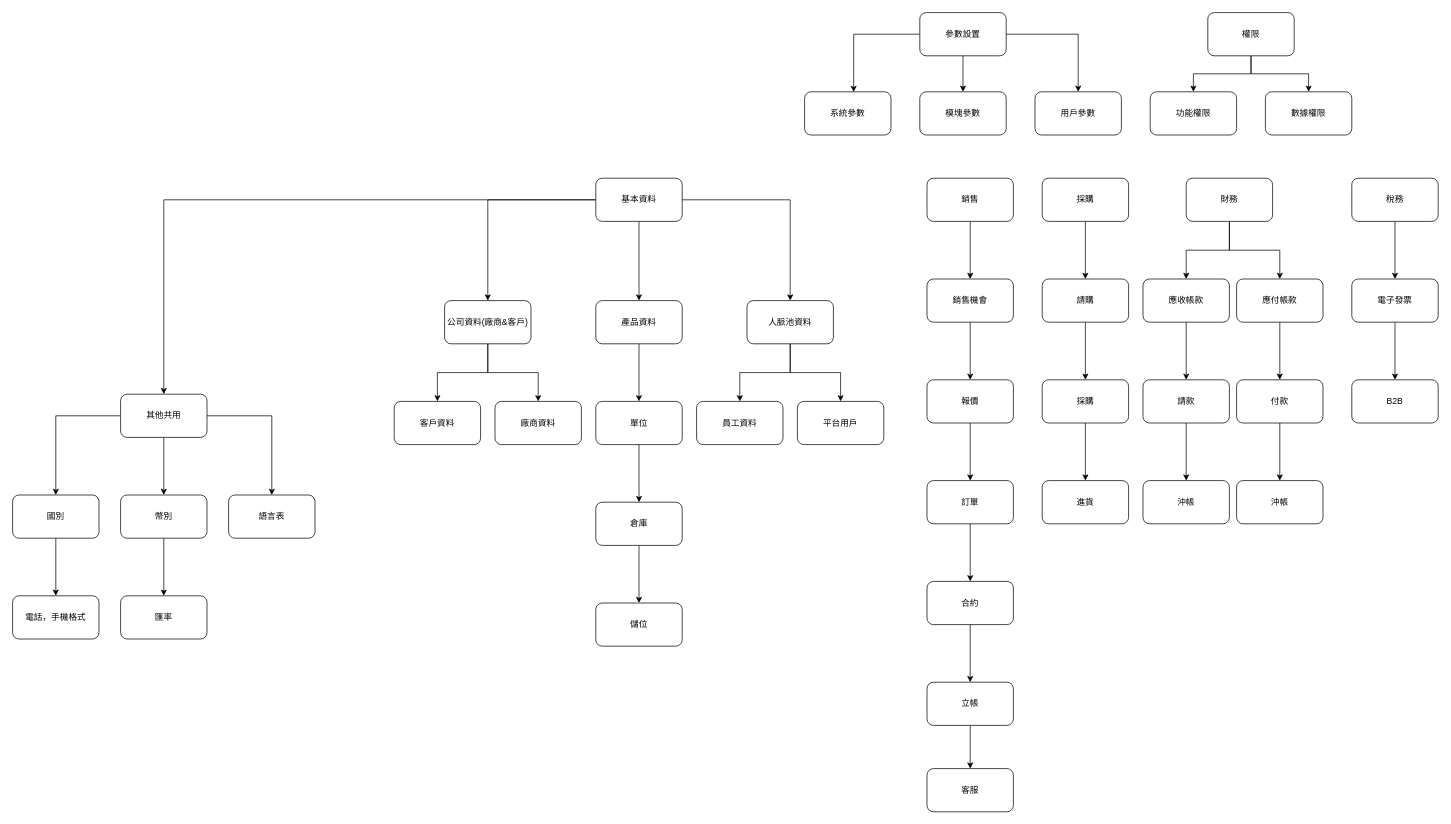
Above: fPlus_主流程.drawio in frglobal/documents (draw.io), before the change. Source tidied: cells renumbered, new cells numbered last; positions are measured from the earlier drawing's top-left corner, leaving out a move shared by most shapes. Both pictures are drawn from the tidied source at 72%, with x=0, y=0 at pixel (12, 12).
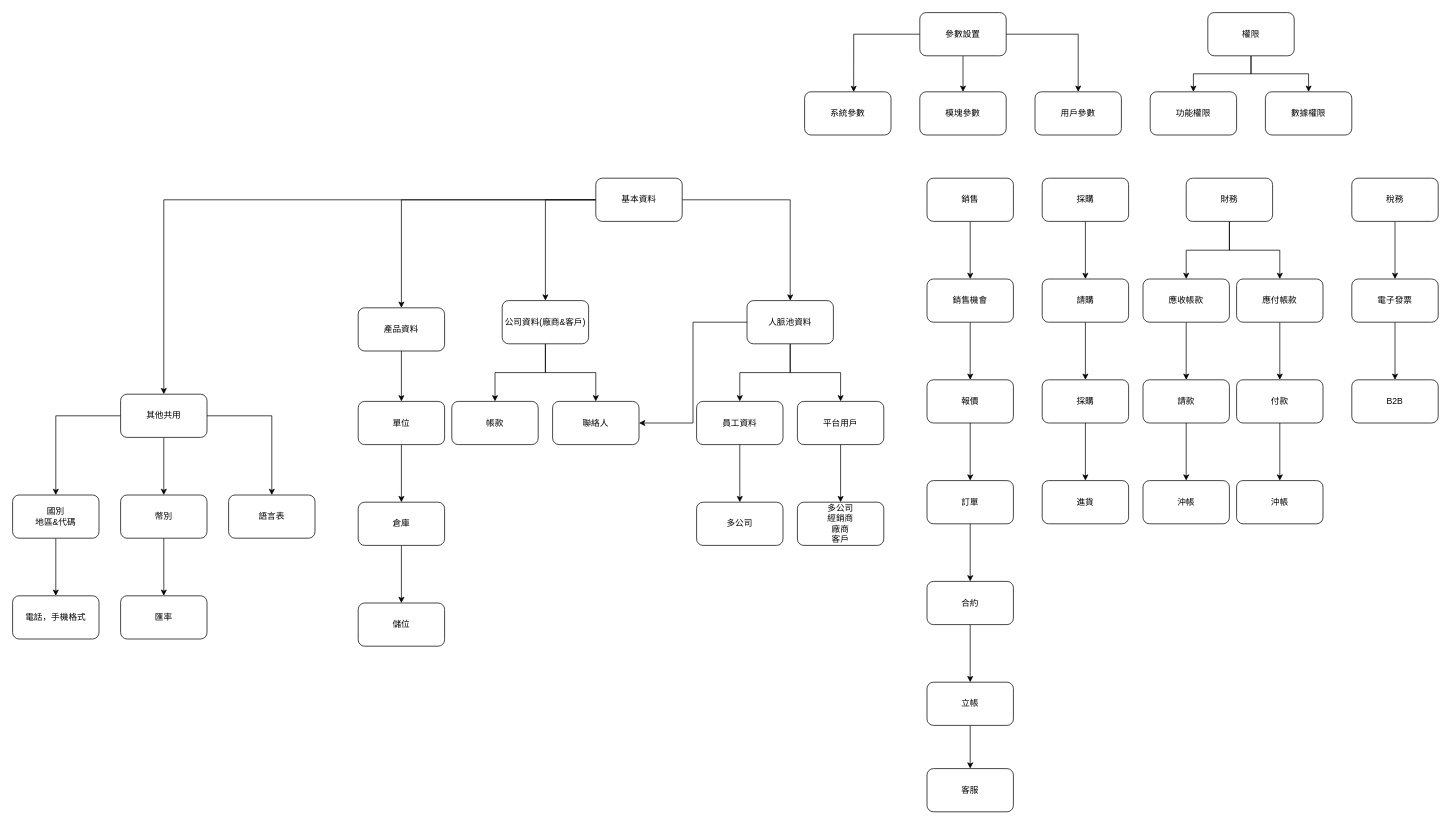
The same diagram, later.

Commit message:
更新fPlus_主流程.drawio

The change refers to these unchanged cells:
```xml
<mxCell id="43" value="人脈池資料" style="rounded=1;whiteSpace=wrap;html=1;" parent="1" vertex="1">
  <mxGeometry x="1020" y="400" width="120" height="60" as="geometry" />
</mxCell>
<mxCell id="44" value="員工資料" style="rounded=1;whiteSpace=wrap;html=1;" parent="1" vertex="1">
  <mxGeometry x="950" y="540" width="120" height="60" as="geometry" />
</mxCell>
<mxCell id="45" value="平台用戶" style="rounded=1;whiteSpace=wrap;html=1;" parent="1" vertex="1">
  <mxGeometry x="1090" y="540" width="120" height="60" as="geometry" />
</mxCell>
```

Change to the diagram source:
```diff
@@
     <mxCell id="10" value="產品資料" style="rounded=1;whiteSpace=wrap;html=1;" parent="1" vertex="1">
-      <mxGeometry x="810" y="400" width="120" height="60" as="geometry" />
+      <mxGeometry x="480" y="410" width="120" height="60" as="geometry" />
     </mxCell>
@@
     <mxCell id="12" value="單位" style="rounded=1;whiteSpace=wrap;html=1;" parent="1" vertex="1">
-      <mxGeometry x="810" y="540" width="120" height="60" as="geometry" />
+      <mxGeometry x="480" y="540" width="120" height="60" as="geometry" />
     </mxCell>
@@
     <mxCell id="14" value="倉庫" style="rounded=1;whiteSpace=wrap;html=1;" parent="1" vertex="1">
-      <mxGeometry x="810" y="680" width="120" height="60" as="geometry" />
+      <mxGeometry x="480" y="680" width="120" height="60" as="geometry" />
     </mxCell>
     <mxCell id="15" value="儲位" style="rounded=1;whiteSpace=wrap;html=1;" parent="1" vertex="1">
-      <mxGeometry x="810" y="820" width="120" height="60" as="geometry" />
+      <mxGeometry x="480" y="820" width="120" height="60" as="geometry" />
     </mxCell>
@@
     <mxCell id="18" value="公司資料(廠商&amp;amp;客戶)" style="rounded=1;whiteSpace=wrap;html=1;" parent="1" vertex="1">
-      <mxGeometry x="600" y="400" width="120" height="60" as="geometry" />
+      <mxGeometry x="680" y="400" width="120" height="60" as="geometry" />
     </mxCell>
-    <mxCell id="19" value="客戶資料" style="rounded=1;whiteSpace=wrap;html=1;" parent="1" vertex="1">
-      <mxGeometry x="530" y="540" width="120" height="60" as="geometry" />
+    <mxCell id="19" value="帳款" style="rounded=1;whiteSpace=wrap;html=1;" parent="1" vertex="1">
+      <mxGeometry x="610" y="540" width="120" height="60" as="geometry" />
     </mxCell>
@@
+    <mxCell id="85" style="edgeStyle=orthogonalEdgeStyle;rounded=0;jettySize=auto;html=1;entryX=1;entryY=0.5;entryDx=0;entryDy=0;" parent="1" edge="1" source="43" target="46">
+      <mxGeometry relative="1" as="geometry" />
+    </mxCell>
@@
+    <mxCell id="86" style="edgeStyle=orthogonalEdgeStyle;rounded=0;jettySize=auto;html=1;" parent="1" edge="1" source="44" target="87">
+      <mxGeometry relative="1" as="geometry" />
+    </mxCell>
@@
+    <mxCell id="87" value="多公司" style="rounded=1;whiteSpace=wrap;html=1;" parent="1" vertex="1">
+      <mxGeometry x="950" y="680" width="120" height="60" as="geometry" />
+    </mxCell>
+    <mxCell id="88" style="edgeStyle=orthogonalEdgeStyle;rounded=0;jettySize=auto;html=1;" parent="1" edge="1" source="45" target="89">
+      <mxGeometry relative="1" as="geometry" />
+    </mxCell>
@@
+    <mxCell id="89" value="多公司&lt;br&gt;經銷商&lt;br&gt;廠商&lt;br&gt;客戶" style="rounded=1;whiteSpace=wrap;html=1;" parent="1" vertex="1">
+      <mxGeometry x="1090" y="680" width="120" height="60" as="geometry" />
+    </mxCell>
-    <mxCell id="46" value="廠商資料" style="rounded=1;whiteSpace=wrap;html=1;" parent="1" vertex="1">
-      <mxGeometry x="670" y="540" width="120" height="60" as="geometry" />
+    <mxCell id="46" value="聯絡人" style="rounded=1;whiteSpace=wrap;html=1;" parent="1" vertex="1">
+      <mxGeometry x="750" y="540" width="120" height="60" as="geometry" />
     </mxCell>
@@
-    <mxCell id="71" value="國別" style="rounded=1;whiteSpace=wrap;html=1;" parent="1" vertex="1">
+    <mxCell id="71" value="國別&lt;br&gt;地區&amp;amp;代碼" style="rounded=1;whiteSpace=wrap;html=1;" parent="1" vertex="1">
       <mxGeometry y="670" width="120" height="60" as="geometry" />
     </mxCell>
```
